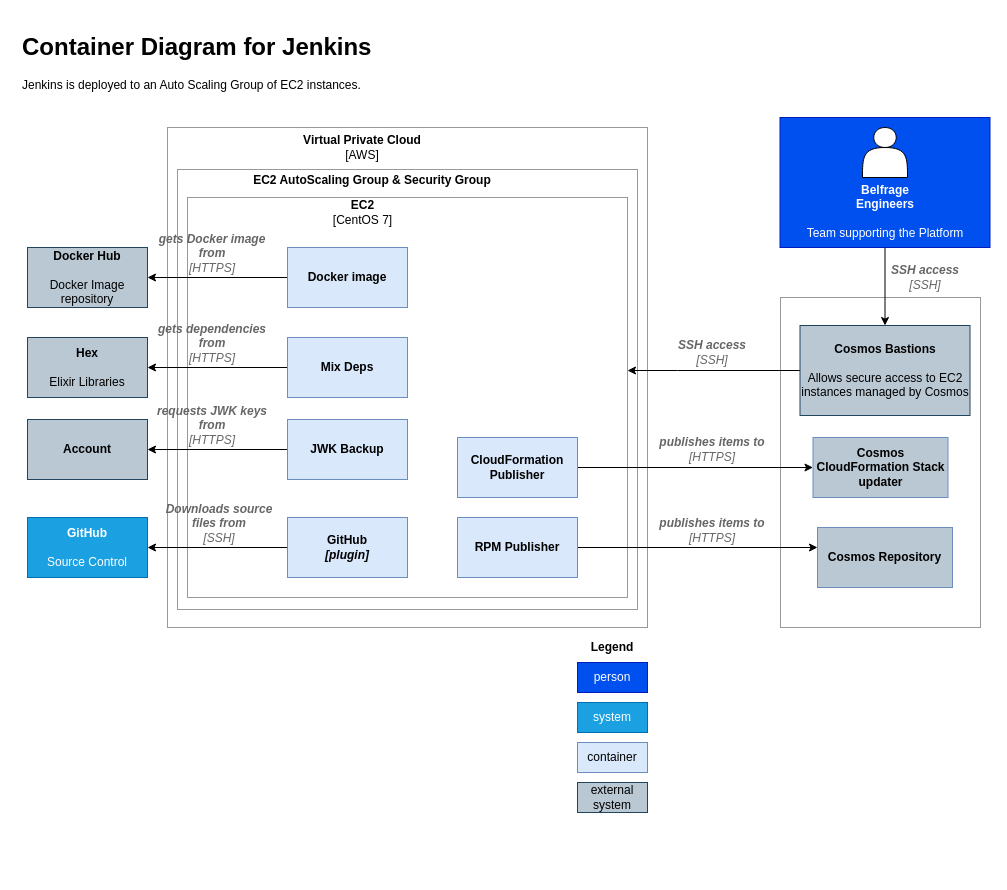
Earlier version of the draw.io diagram docs/source/architecture/c4-cicd-level-2-jenkins.drawio (tracy-o/learning-day). Source tidied: cells renumbered, new cells numbered last; positions are measured from the earlier drawing's top-left corner, leaving out a move shared by most shapes. Both pictures are drawn from the tidied source at 100%, with x=0, y=0 at pixel (17, 27).
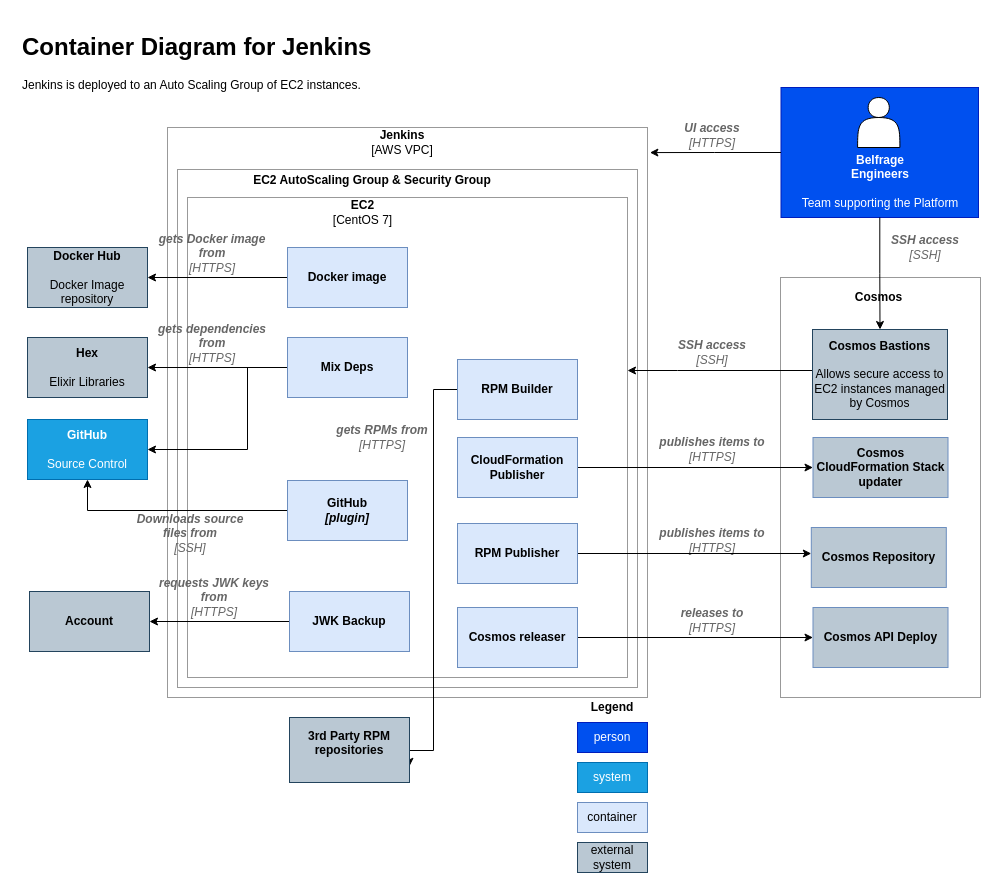
The same diagram, later.

Unchanged cells that the change refers to:
```xml
<mxCell id="36" value="&lt;b&gt;Mix Deps&lt;/b&gt;" style="rounded=0;whiteSpace=wrap;html=1;fillColor=#dae8fc;strokeColor=#6c8ebf;" parent="1" vertex="1">
  <mxGeometry x="270" y="310" width="120" height="60" as="geometry" />
</mxCell>
```

The edit, as a diff of the source:
```diff
@@
     <mxCell id="2" style="rounded=0;whiteSpace=wrap;html=1;fillColor=none;strokeColor=#999999;" parent="1" vertex="1">
-      <mxGeometry x="150" y="100" width="480" height="500" as="geometry" />
+      <mxGeometry x="150" y="100" width="480" height="570" as="geometry" />
     </mxCell>
     <mxCell id="3" style="rounded=0;whiteSpace=wrap;html=1;fillColor=none;strokeColor=#999999;" parent="1" vertex="1">
-      <mxGeometry x="160" y="142" width="460" height="440" as="geometry" />
+      <mxGeometry x="160" y="142" width="460" height="518" as="geometry" />
     </mxCell>
     <mxCell id="4" style="rounded=0;whiteSpace=wrap;html=1;fillColor=none;strokeColor=#999999;" parent="1" vertex="1">
-      <mxGeometry x="170" y="170" width="440" height="400" as="geometry" />
+      <mxGeometry x="170" y="170" width="440" height="480" as="geometry" />
     </mxCell>
@@
     <mxCell id="6" style="rounded=0;whiteSpace=wrap;html=1;fillColor=none;strokeColor=#999999;" parent="1" vertex="1">
-      <mxGeometry x="763" y="270" width="200" height="330" as="geometry" />
+      <mxGeometry x="763" y="250" width="200" height="420" as="geometry" />
     </mxCell>
@@
-    <mxCell id="9" value="&lt;b&gt;Virtual Private Cloud&lt;/b&gt;&lt;br&gt;[AWS]" style="text;html=1;strokeColor=none;fillColor=none;align=center;verticalAlign=middle;whiteSpace=wrap;rounded=0;" parent="1" vertex="1">
-      <mxGeometry x="110" y="110" width="470" height="20" as="geometry" />
+    <mxCell id="9" value="&lt;b&gt;Jenkins&lt;/b&gt;&lt;br&gt;[AWS VPC]" style="text;html=1;strokeColor=none;fillColor=none;align=center;verticalAlign=middle;whiteSpace=wrap;rounded=0;" parent="1" vertex="1">
+      <mxGeometry x="190" y="105" width="390" height="20" as="geometry" />
     </mxCell>
     <mxCell id="10" value="container" style="rounded=0;whiteSpace=wrap;html=1;fillColor=#dae8fc;strokeColor=#6c8ebf;" parent="1" vertex="1">
-      <mxGeometry x="560" y="715" width="70" height="30" as="geometry" />
+      <mxGeometry x="560" y="775" width="70" height="30" as="geometry" />
     </mxCell>
     <mxCell id="11" value="system" style="rounded=0;whiteSpace=wrap;html=1;fillColor=#1ba1e2;strokeColor=#006EAF;fontColor=#ffffff;" parent="1" vertex="1">
-      <mxGeometry x="560" y="675" width="70" height="30" as="geometry" />
+      <mxGeometry x="560" y="735" width="70" height="30" as="geometry" />
     </mxCell>
     <mxCell id="12" value="person" style="rounded=0;whiteSpace=wrap;html=1;fillColor=#0050ef;strokeColor=#001DBC;fontColor=#ffffff;" parent="1" vertex="1">
-      <mxGeometry x="560" y="635" width="70" height="30" as="geometry" />
+      <mxGeometry x="560" y="695" width="70" height="30" as="geometry" />
     </mxCell>
     <mxCell id="13" value="external system" style="rounded=0;whiteSpace=wrap;html=1;fillColor=#bac8d3;strokeColor=#23445d;" parent="1" vertex="1">
-      <mxGeometry x="560" y="755" width="70" height="30" as="geometry" />
+      <mxGeometry x="560" y="815" width="70" height="30" as="geometry" />
     </mxCell>
     <mxCell id="14" style="group;" parent="1" vertex="1">
-      <mxGeometry x="762.5" y="90" width="210" height="130" as="geometry" />
+      <mxGeometry x="762.5" y="60" width="197.5" height="130" as="geometry" />
     </mxCell>
     <mxCell id="15" value="&lt;br&gt;&lt;br&gt;&lt;br&gt;&lt;br&gt;&lt;b&gt;Belfrage&lt;br&gt;Engineers&lt;/b&gt;&lt;br&gt;&lt;br&gt;Team supporting the Platform" style="rounded=0;whiteSpace=wrap;html=1;fillColor=#0050ef;strokeColor=#001DBC;fontColor=#ffffff;" parent="14" vertex="1">
-      <mxGeometry width="210" height="130" as="geometry" />
+      <mxGeometry x="1" width="197.5" height="130" as="geometry" />
     </mxCell>
     <mxCell id="16" style="shape=actor;whiteSpace=wrap;html=1;" parent="14" vertex="1">
-      <mxGeometry x="82.5" y="10" width="45" height="50" as="geometry" />
+      <mxGeometry x="77.6" y="10" width="42.3" height="50" as="geometry" />
     </mxCell>
@@
     <mxCell id="18" value="&lt;b&gt;Cosmos Bastions&lt;/b&gt;&lt;br&gt;&lt;br&gt;Allows&amp;nbsp;secure access to EC2 instances managed by Cosmos" style="rounded=0;whiteSpace=wrap;html=1;fillColor=#bac8d3;strokeColor=#23445d;" parent="1" vertex="1">
-      <mxGeometry x="782.5" y="298" width="170" height="90" as="geometry" />
+      <mxGeometry x="795" y="302" width="135" height="90" as="geometry" />
     </mxCell>
     <mxCell id="19" value="&lt;i&gt;&lt;font color=&quot;#666666&quot;&gt;&lt;b&gt;SSH access&lt;/b&gt;&lt;br&gt;[SSH]&lt;br&gt;&lt;/font&gt;&lt;/i&gt;" style="text;html=1;strokeColor=none;fillColor=none;align=center;verticalAlign=middle;whiteSpace=wrap;rounded=0;" parent="1" vertex="1">
-      <mxGeometry x="853" y="240" width="110" height="20" as="geometry" />
+      <mxGeometry x="853" y="210" width="110" height="20" as="geometry" />
     </mxCell>
@@
     <mxCell id="21" value="&lt;b&gt;GitHub&lt;/b&gt;&lt;br&gt;&lt;br&gt;Source Control" style="rounded=0;whiteSpace=wrap;html=1;fillColor=#1ba1e2;strokeColor=#006EAF;fontColor=#ffffff;" parent="1" vertex="1">
-      <mxGeometry x="10" y="490" width="120" height="60" as="geometry" />
+      <mxGeometry x="10" y="392" width="120" height="60" as="geometry" />
     </mxCell>
-    <mxCell id="22" style="edgeStyle=orthogonalEdgeStyle;rounded=0;jettySize=auto;html=1;" parent="1" edge="1" source="23" target="21">
+    <mxCell id="22" style="edgeStyle=orthogonalEdgeStyle;rounded=0;jettySize=auto;html=1;entryX=0.5;entryY=1;entryDx=0;entryDy=0;" parent="1" edge="1" source="23" target="21">
       <mxGeometry relative="1" as="geometry" />
     </mxCell>
     <mxCell id="23" value="&lt;b&gt;GitHub&lt;br&gt;&lt;/b&gt;&lt;i&gt;&lt;b&gt;[plugin]&lt;/b&gt;&lt;/i&gt;" style="rounded=0;whiteSpace=wrap;html=1;fillColor=#dae8fc;strokeColor=#6c8ebf;" parent="1" vertex="1">
-      <mxGeometry x="270" y="490" width="120" height="60" as="geometry" />
+      <mxGeometry x="270" y="453" width="120" height="60" as="geometry" />
     </mxCell>
     <mxCell id="24" value="&lt;i&gt;&lt;font color=&quot;#666666&quot;&gt;&lt;b&gt;publishes items to&lt;/b&gt;&lt;br&gt;[HTTPS]&lt;br&gt;&lt;/font&gt;&lt;/i&gt;" style="text;html=1;strokeColor=none;fillColor=none;align=center;verticalAlign=middle;whiteSpace=wrap;rounded=0;" parent="1" vertex="1">
-      <mxGeometry x="640" y="493" width="110" height="20" as="geometry" />
+      <mxGeometry x="640" y="503" width="110" height="20" as="geometry" />
     </mxCell>
     <mxCell id="25" value="&lt;b&gt;Legend&lt;/b&gt;" style="text;html=1;strokeColor=none;fillColor=none;align=center;verticalAlign=middle;whiteSpace=wrap;rounded=0;" parent="1" vertex="1">
-      <mxGeometry x="560" y="610" width="70" height="20" as="geometry" />
+      <mxGeometry x="560" y="670" width="70" height="20" as="geometry" />
     </mxCell>
     <mxCell id="26" value="&lt;font color=&quot;#666666&quot;&gt;&lt;i&gt;&lt;b&gt;Downloads source files from&lt;/b&gt;&lt;br&gt;[SSH]&lt;br&gt;&lt;/i&gt;&lt;/font&gt;" style="text;html=1;strokeColor=none;fillColor=none;align=center;verticalAlign=middle;whiteSpace=wrap;rounded=0;" parent="1" vertex="1">
-      <mxGeometry x="137" y="486" width="130" height="20" as="geometry" />
+      <mxGeometry x="108" y="496" width="130" height="20" as="geometry" />
     </mxCell>
     <mxCell id="27" value="&lt;b&gt;Cosmos Repository&lt;/b&gt;" style="rounded=0;whiteSpace=wrap;html=1;strokeColor=#6c8ebf;fillColor=#BAC8D3;" parent="1" vertex="1">
-      <mxGeometry x="800" y="500" width="135" height="60" as="geometry" />
+      <mxGeometry x="793.8" y="500" width="135" height="60" as="geometry" />
     </mxCell>
@@
     <mxCell id="29" value="&lt;b&gt;JWK Backup&lt;/b&gt;" style="rounded=0;whiteSpace=wrap;html=1;fillColor=#dae8fc;strokeColor=#6c8ebf;" parent="1" vertex="1">
-      <mxGeometry x="270" y="392" width="120" height="60" as="geometry" />
+      <mxGeometry x="272" y="564" width="120" height="60" as="geometry" />
     </mxCell>
     <mxCell id="30" value="&lt;b&gt;Account&lt;/b&gt;" style="rounded=0;whiteSpace=wrap;html=1;fillColor=#bac8d3;strokeColor=#23445d;" parent="1" vertex="1">
-      <mxGeometry x="10" y="392" width="120" height="60" as="geometry" />
+      <mxGeometry x="12" y="564" width="120" height="60" as="geometry" />
     </mxCell>
     <mxCell id="31" value="&lt;font color=&quot;#666666&quot;&gt;&lt;i&gt;&lt;b&gt;requests JWK keys from&lt;br&gt;&lt;/b&gt;[HTTPS]&lt;/i&gt;&lt;/font&gt;" style="text;html=1;strokeColor=none;fillColor=none;align=center;verticalAlign=middle;whiteSpace=wrap;rounded=0;" parent="1" vertex="1">
-      <mxGeometry x="130" y="388" width="130" height="20" as="geometry" />
+      <mxGeometry x="132" y="560" width="130" height="20" as="geometry" />
     </mxCell>
@@
     <mxCell id="33" value="&lt;b&gt;RPM Publisher&lt;/b&gt;" style="rounded=0;whiteSpace=wrap;html=1;fillColor=#dae8fc;strokeColor=#6c8ebf;" parent="1" vertex="1">
-      <mxGeometry x="440" y="490" width="120" height="60" as="geometry" />
+      <mxGeometry x="440" y="496" width="120" height="60" as="geometry" />
     </mxCell>
@@
+    <mxCell id="47" style="edgeStyle=orthogonalEdgeStyle;rounded=0;jettySize=auto;html=1;entryX=1;entryY=0.5;entryDx=0;entryDy=0;" parent="1" edge="1" source="36" target="21">
+      <mxGeometry relative="1" as="geometry">
+        <Array as="points">
+          <mxPoint x="230" y="340" />
+          <mxPoint x="230" y="422" />
+        </Array>
+      </mxGeometry>
+    </mxCell>
@@
+    <mxCell id="48" style="edgeStyle=orthogonalEdgeStyle;rounded=0;jettySize=auto;html=1;entryX=0;entryY=0.5;entryDx=0;entryDy=0;" parent="1" edge="1" source="49" target="50">
+      <mxGeometry relative="1" as="geometry" />
+    </mxCell>
+    <mxCell id="49" value="&lt;b&gt;Cosmos releaser&lt;/b&gt;" style="rounded=0;whiteSpace=wrap;html=1;fillColor=#dae8fc;strokeColor=#6c8ebf;" parent="1" vertex="1">
+      <mxGeometry x="440" y="580" width="120" height="60" as="geometry" />
+    </mxCell>
+    <mxCell id="50" value="&lt;b&gt;Cosmos API Deploy&lt;/b&gt;" style="rounded=0;whiteSpace=wrap;html=1;strokeColor=#6c8ebf;fillColor=#BAC8D3;" parent="1" vertex="1">
+      <mxGeometry x="795.5" y="580" width="135" height="60" as="geometry" />
+    </mxCell>
+    <mxCell id="51" value="&lt;i&gt;&lt;font color=&quot;#666666&quot;&gt;&lt;b&gt;releases to&lt;/b&gt;&lt;br&gt;[HTTPS]&lt;br&gt;&lt;/font&gt;&lt;/i&gt;" style="text;html=1;strokeColor=none;fillColor=none;align=center;verticalAlign=middle;whiteSpace=wrap;rounded=0;" parent="1" vertex="1">
+      <mxGeometry x="640" y="583" width="110" height="20" as="geometry" />
+    </mxCell>
+    <mxCell id="52" value="&lt;b&gt;Cosmos&lt;/b&gt;" style="text;html=1;strokeColor=none;fillColor=none;align=center;verticalAlign=middle;whiteSpace=wrap;rounded=0;" parent="1" vertex="1">
+      <mxGeometry x="770" y="260" width="182.5" height="20" as="geometry" />
+    </mxCell>
+    <mxCell id="53" style="edgeStyle=orthogonalEdgeStyle;rounded=0;jettySize=auto;html=1;entryX=1.005;entryY=0.044;entryDx=0;entryDy=0;entryPerimeter=0;" parent="1" edge="1" source="15" target="2">
+      <mxGeometry relative="1" as="geometry" />
+    </mxCell>
+    <mxCell id="54" value="&lt;i&gt;&lt;font color=&quot;#666666&quot;&gt;&lt;b&gt;UI access&lt;/b&gt;&lt;br&gt;[HTTPS]&lt;br&gt;&lt;/font&gt;&lt;/i&gt;" style="text;html=1;strokeColor=none;fillColor=none;align=center;verticalAlign=middle;whiteSpace=wrap;rounded=0;" parent="1" vertex="1">
+      <mxGeometry x="650" y="98" width="90" height="20" as="geometry" />
+    </mxCell>
+    <mxCell id="55" style="edgeStyle=orthogonalEdgeStyle;rounded=0;jettySize=auto;html=1;entryX=1;entryY=0.75;entryDx=0;entryDy=0;" parent="1" edge="1" source="56" target="57">
+      <mxGeometry relative="1" as="geometry">
+        <Array as="points">
+          <mxPoint x="416" y="362" />
+          <mxPoint x="416" y="723" />
+        </Array>
+      </mxGeometry>
+    </mxCell>
+    <mxCell id="56" value="&lt;b&gt;RPM Builder&lt;/b&gt;" style="rounded=0;whiteSpace=wrap;html=1;fillColor=#dae8fc;strokeColor=#6c8ebf;" parent="1" vertex="1">
+      <mxGeometry x="440" y="332" width="120" height="60" as="geometry" />
+    </mxCell>
+    <mxCell id="57" value="&lt;b&gt;3rd Party RPM repositories&lt;/b&gt;&lt;br&gt;&lt;br&gt;" style="rounded=0;whiteSpace=wrap;html=1;fillColor=#bac8d3;strokeColor=#23445d;" parent="1" vertex="1">
+      <mxGeometry x="272" y="690" width="120" height="65" as="geometry" />
+    </mxCell>
+    <mxCell id="58" value="&lt;font color=&quot;#666666&quot;&gt;&lt;i&gt;&lt;b&gt;gets RPMs from&lt;br&gt;&lt;/b&gt;[HTTPS]&lt;br&gt;&lt;/i&gt;&lt;/font&gt;" style="text;html=1;strokeColor=none;fillColor=none;align=center;verticalAlign=middle;whiteSpace=wrap;rounded=0;" parent="1" vertex="1">
+      <mxGeometry x="300" y="400" width="130" height="20" as="geometry" />
+    </mxCell>
```
